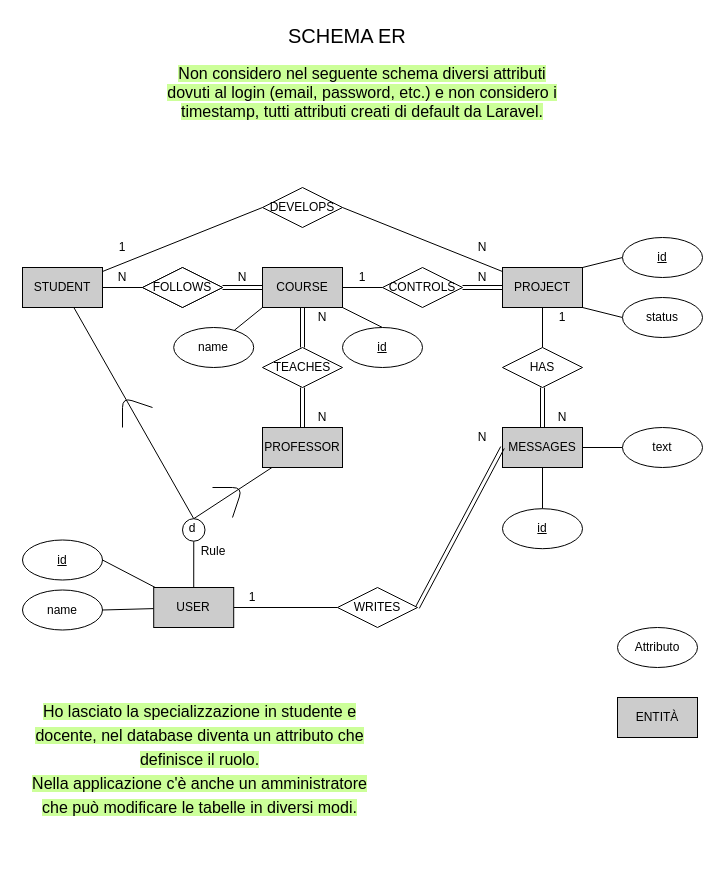
Before: page "SCHEMA_EER" (1 of 5) of prisa_eer.drawio in Cippo95/prisa, a draw.io diagram. Source tidied: cells renumbered, new cells numbered last; positions are measured from the earlier drawing's top-left corner, leaving out a move shared by most shapes. Both pictures are drawn from the tidied source at 100%, with x=0, y=0 at pixel (17, 17).
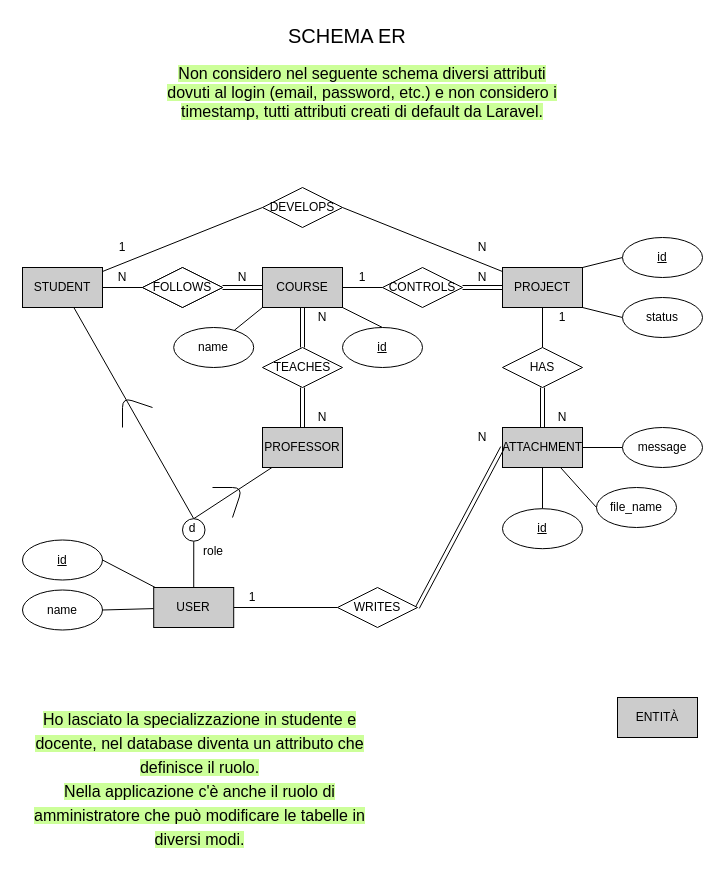
The same page after the edit.

Change to the diagram source:
```diff
@@
-    <mxCell id="35" value="text" style="ellipse;whiteSpace=wrap;html=1;align=center;" parent="1" vertex="1">
+    <mxCell id="35" value="message" style="ellipse;whiteSpace=wrap;html=1;align=center;" parent="1" vertex="1">
       <mxGeometry x="605" y="410" width="80" height="40" as="geometry" />
     </mxCell>
@@
-    <mxCell id="57" value="Attributo" style="ellipse;whiteSpace=wrap;html=1;align=center;" parent="1" vertex="1">
-      <mxGeometry x="600" y="610" width="80" height="40" as="geometry" />
+    <mxCell id="57" value="file_name" style="ellipse;whiteSpace=wrap;html=1;align=center;" parent="1" vertex="1">
+      <mxGeometry x="579" y="470" width="80" height="40" as="geometry" />
     </mxCell>
@@
-    <mxCell id="60" value="Rule" style="text;html=1;strokeColor=none;fillColor=none;align=center;verticalAlign=middle;whiteSpace=wrap;rounded=0;" parent="1" vertex="1">
+    <mxCell id="60" value="role" style="text;html=1;strokeColor=none;fillColor=none;align=center;verticalAlign=middle;whiteSpace=wrap;rounded=0;" parent="1" vertex="1">
       <mxGeometry x="176.2" y="523.8" width="40" height="20" as="geometry" />
     </mxCell>
@@
+    <mxCell id="68" style="rounded=0;jettySize=auto;html=1;entryX=0;entryY=0.5;entryDx=0;entryDy=0;endArrow=none;endFill=0;" parent="1" edge="1" source="64" target="57">
+      <mxGeometry relative="1" as="geometry" />
+    </mxCell>
-    <mxCell id="64" value="MESSAGES" style="rounded=0;whiteSpace=wrap;html=1;labelBackgroundColor=none;fillColor=#CCCCCC;" parent="1" vertex="1">
+    <mxCell id="64" value="ATTACHMENT" style="rounded=0;whiteSpace=wrap;html=1;labelBackgroundColor=none;fillColor=#CCCCCC;" parent="1" vertex="1">
       <mxGeometry x="485" y="410" width="80" height="40" as="geometry" />
     </mxCell>
@@
-    <mxCell id="67" value="&lt;div&gt;&lt;font style=&quot;font-size: 16px&quot;&gt;&lt;span style=&quot;background-color: rgb(204 , 255 , 153)&quot;&gt;Ho lasciato la specializzazione in studente e docente, nel database diventa un attributo che definisce il ruolo. &lt;br&gt;&lt;/span&gt;&lt;/font&gt;&lt;/div&gt;&lt;div&gt;&lt;font style=&quot;font-size: 16px&quot;&gt;&lt;span style=&quot;background-color: rgb(204 , 255 , 153)&quot;&gt;Nella applicazione c'è anche un amministratore che può modificare le tabelle in diversi modi.&lt;/span&gt;&lt;/font&gt;&lt;/div&gt;" style="text;html=1;strokeColor=none;fillColor=none;align=center;verticalAlign=middle;whiteSpace=wrap;rounded=0;labelBackgroundColor=none;fontSize=20;" parent="1" vertex="1">
-      <mxGeometry y="680" width="365" height="120" as="geometry" />
+    <mxCell id="67" value="&lt;div&gt;&lt;font style=&quot;font-size: 16px&quot;&gt;&lt;span style=&quot;background-color: rgb(204 , 255 , 153)&quot;&gt;Ho lasciato la specializzazione in studente e docente, nel database diventa un attributo che definisce il ruolo. &lt;br&gt;&lt;/span&gt;&lt;/font&gt;&lt;/div&gt;&lt;div&gt;&lt;font style=&quot;font-size: 16px&quot;&gt;&lt;span style=&quot;background-color: rgb(204 , 255 , 153)&quot;&gt;Nella applicazione c'è anche il ruolo di amministratore che può modificare le tabelle in diversi modi.&lt;/span&gt;&lt;/font&gt;&lt;/div&gt;" style="text;html=1;strokeColor=none;fillColor=none;align=center;verticalAlign=middle;whiteSpace=wrap;rounded=0;labelBackgroundColor=none;fontSize=20;" parent="1" vertex="1">
+      <mxGeometry y="680" width="365" height="160" as="geometry" />
     </mxCell>
```
